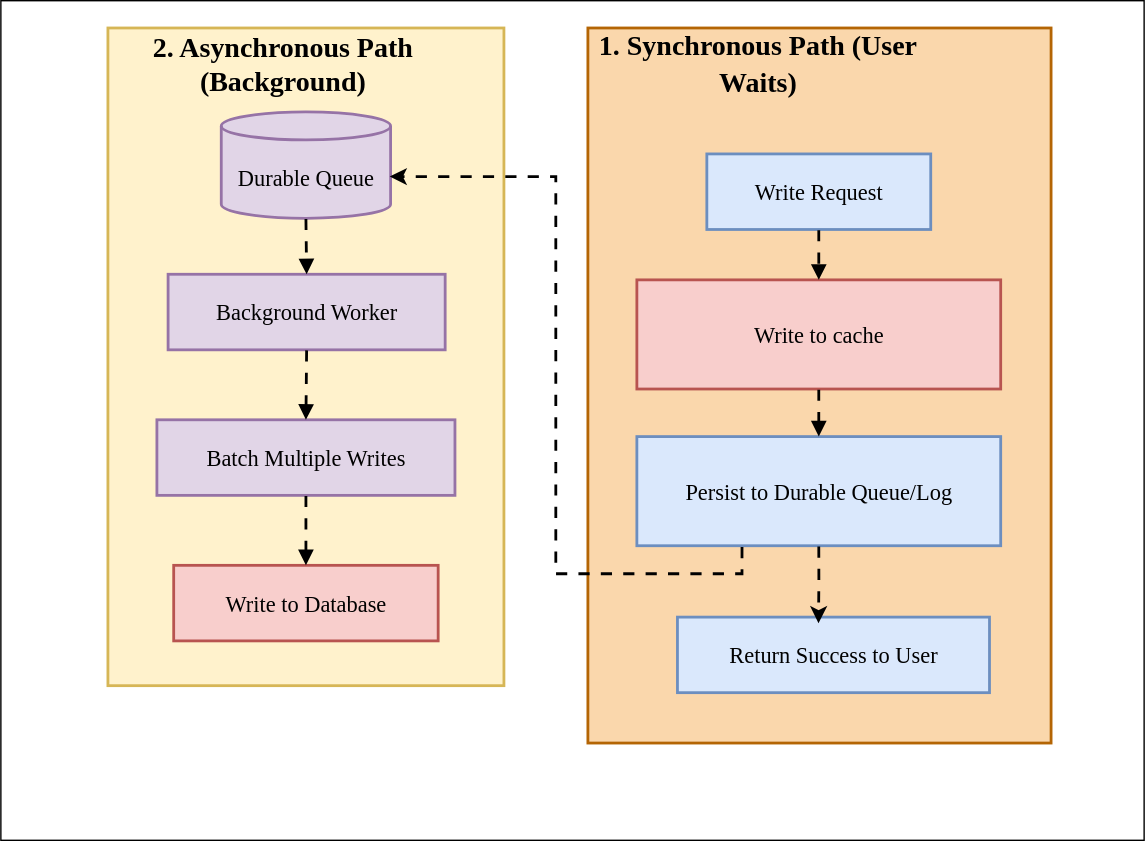
Above: FastAPI-Basics-Lab-assets/Lab-7/images/archi_diagrams/Lab-7_write-behind.drawio.svg in poridhiEng/lab-asset (draw.io), before the change. Source tidied: cells renumbered, new cells last; positions are measured from the earlier drawing's top-left corner, leaving out a move shared by most shapes. Its diagram source:
```xml
<mxGraphModel>
  <root>
    <mxCell id="0" />
    <mxCell id="1" parent="0" />
    <mxCell id="2" style="rounded=0;whiteSpace=wrap;html=1;" parent="1" vertex="1">
      <mxGeometry width="817" height="600" as="geometry" />
    </mxCell>
    <mxCell id="3" style="whiteSpace=wrap;strokeWidth=2;fontFamily=Verdana;fillColor=#fff2cc;strokeColor=#d6b656;" parent="1" vertex="1">
      <mxGeometry x="77" y="20" width="283" height="470" as="geometry" />
    </mxCell>
    <mxCell id="4" style="whiteSpace=wrap;strokeWidth=2;fontSize=16;fontFamily=Verdana;fillColor=#fad7ac;strokeColor=#b46504;" parent="1" vertex="1">
      <mxGeometry x="420" y="20" width="331" height="511" as="geometry" />
    </mxCell>
    <mxCell id="5" value="Write Request" style="whiteSpace=wrap;strokeWidth=2;fontSize=16;fontFamily=Verdana;fillColor=#dae8fc;strokeColor=#6c8ebf;" parent="1" vertex="1">
      <mxGeometry x="505" y="110" width="160" height="54" as="geometry" />
    </mxCell>
    <mxCell id="6" value="Write to cache" style="whiteSpace=wrap;strokeWidth=2;fontSize=16;fontFamily=Verdana;fillColor=#f8cecc;strokeColor=#b85450;" parent="1" vertex="1">
      <mxGeometry x="455" y="200" width="260" height="78" as="geometry" />
    </mxCell>
    <mxCell id="7" value="Persist to Durable Queue/Log" style="whiteSpace=wrap;strokeWidth=2;fontSize=16;fontFamily=Verdana;fillColor=#dae8fc;strokeColor=#6c8ebf;" parent="1" vertex="1">
      <mxGeometry x="455" y="312" width="260" height="78" as="geometry" />
    </mxCell>
    <mxCell id="8" value="Return Success to User" style="whiteSpace=wrap;strokeWidth=2;fontSize=16;fontFamily=Verdana;fillColor=#dae8fc;strokeColor=#6c8ebf;" parent="1" vertex="1">
      <mxGeometry x="484" y="441" width="223" height="54" as="geometry" />
    </mxCell>
    <mxCell id="9" value="Durable Queue" style="shape=cylinder3;boundedLbl=1;backgroundOutline=1;size=10;strokeWidth=2;whiteSpace=wrap;fontSize=16;fontFamily=Verdana;fillColor=#e1d5e7;strokeColor=#9673a6;" parent="1" vertex="1">
      <mxGeometry x="158" y="80" width="121" height="76" as="geometry" />
    </mxCell>
    <mxCell id="10" value="Background Worker" style="whiteSpace=wrap;strokeWidth=2;fontSize=16;fontFamily=Verdana;fillColor=#e1d5e7;strokeColor=#9673a6;" parent="1" vertex="1">
      <mxGeometry x="120" y="196" width="198" height="54" as="geometry" />
    </mxCell>
    <mxCell id="11" value="Write to Database" style="whiteSpace=wrap;strokeWidth=2;fontSize=16;fontFamily=Verdana;fillColor=#f8cecc;strokeColor=#b85450;" parent="1" vertex="1">
      <mxGeometry x="124" y="404" width="189" height="54" as="geometry" />
    </mxCell>
    <mxCell id="12" value="Batch Multiple Writes" style="whiteSpace=wrap;strokeWidth=2;fontSize=16;fontFamily=Verdana;fillColor=#e1d5e7;strokeColor=#9673a6;" parent="1" vertex="1">
      <mxGeometry x="112" y="300" width="213" height="54" as="geometry" />
    </mxCell>
    <mxCell id="13" style="curved=1;startArrow=none;endArrow=block;exitX=0.5;exitY=1;entryX=0.5;entryY=0;rounded=0;fontSize=16;fontFamily=Verdana;flowAnimation=1;strokeWidth=2;" parent="1" edge="1" source="5" target="6">
      <mxGeometry relative="1" as="geometry" />
    </mxCell>
    <mxCell id="14" style="curved=1;startArrow=none;endArrow=block;exitX=0.5;exitY=1;entryX=0.5;entryY=0;rounded=0;fontFamily=Verdana;flowAnimation=1;strokeWidth=2;" parent="1" edge="1" source="6" target="7">
      <mxGeometry relative="1" as="geometry" />
    </mxCell>
    <mxCell id="15" style="curved=1;startArrow=none;endArrow=block;exitX=0.5;exitY=1;entryX=0.5;entryY=0;rounded=0;fontSize=16;fontFamily=Verdana;flowAnimation=1;strokeWidth=2;" parent="1" edge="1" source="9" target="10">
      <mxGeometry relative="1" as="geometry" />
    </mxCell>
    <mxCell id="16" style="curved=1;startArrow=none;endArrow=block;exitX=0.5;exitY=1;entryX=0.5;entryY=0;rounded=0;fontSize=16;fontFamily=Verdana;flowAnimation=1;strokeWidth=2;" parent="1" edge="1" source="10" target="12">
      <mxGeometry relative="1" as="geometry" />
    </mxCell>
    <mxCell id="17" style="curved=1;startArrow=none;endArrow=block;exitX=0.5;exitY=1;entryX=0.5;entryY=0;rounded=0;fontSize=16;fontFamily=Verdana;flowAnimation=1;strokeWidth=2;" parent="1" edge="1" source="12" target="11">
      <mxGeometry relative="1" as="geometry" />
    </mxCell>
    <mxCell id="18" style="edgeStyle=orthogonalEdgeStyle;rounded=0;jettySize=auto;html=1;exitX=0.289;exitY=1.005;exitDx=0;exitDy=0;fontFamily=Verdana;entryX=0.995;entryY=0.608;entryDx=0;entryDy=0;entryPerimeter=0;exitPerimeter=0;flowAnimation=1;strokeWidth=2;" parent="1" edge="1" source="7" target="9">
      <mxGeometry relative="1" as="geometry">
        <Array as="points">
          <mxPoint x="530" y="410" />
          <mxPoint x="397" y="410" />
          <mxPoint x="397" y="126" />
        </Array>
      </mxGeometry>
    </mxCell>
    <mxCell id="19" style="edgeStyle=orthogonalEdgeStyle;rounded=0;jettySize=auto;html=1;exitX=0.5;exitY=1;exitDx=0;exitDy=0;entryX=0.452;entryY=0.081;entryDx=0;entryDy=0;entryPerimeter=0;fontSize=16;fontFamily=Verdana;flowAnimation=1;strokeWidth=2;" parent="1" edge="1" source="7" target="8">
      <mxGeometry relative="1" as="geometry" />
    </mxCell>
    <mxCell id="20" value="&lt;font style=&quot;font-size: 20px;&quot;&gt;&lt;b&gt;2. Asynchronous Path (Background)&lt;/b&gt;&lt;/font&gt;" style="text;html=1;whiteSpace=wrap;strokeColor=none;fillColor=none;align=center;verticalAlign=middle;rounded=0;fontFamily=Verdana;" parent="1" vertex="1">
      <mxGeometry x="67" y="30" width="270" height="30" as="geometry" />
    </mxCell>
    <mxCell id="21" value="&lt;font style=&quot;font-size: 20px;&quot;&gt;1. Synchronous Path (User Waits)&lt;/font&gt;" style="text;html=1;whiteSpace=wrap;strokeColor=none;fillColor=none;align=center;verticalAlign=middle;rounded=0;fontStyle=1;fontFamily=Verdana;fontSize=22;" parent="1" vertex="1">
      <mxGeometry x="406" y="30" width="271" height="30" as="geometry" />
    </mxCell>
  </root>
</mxGraphModel>
```
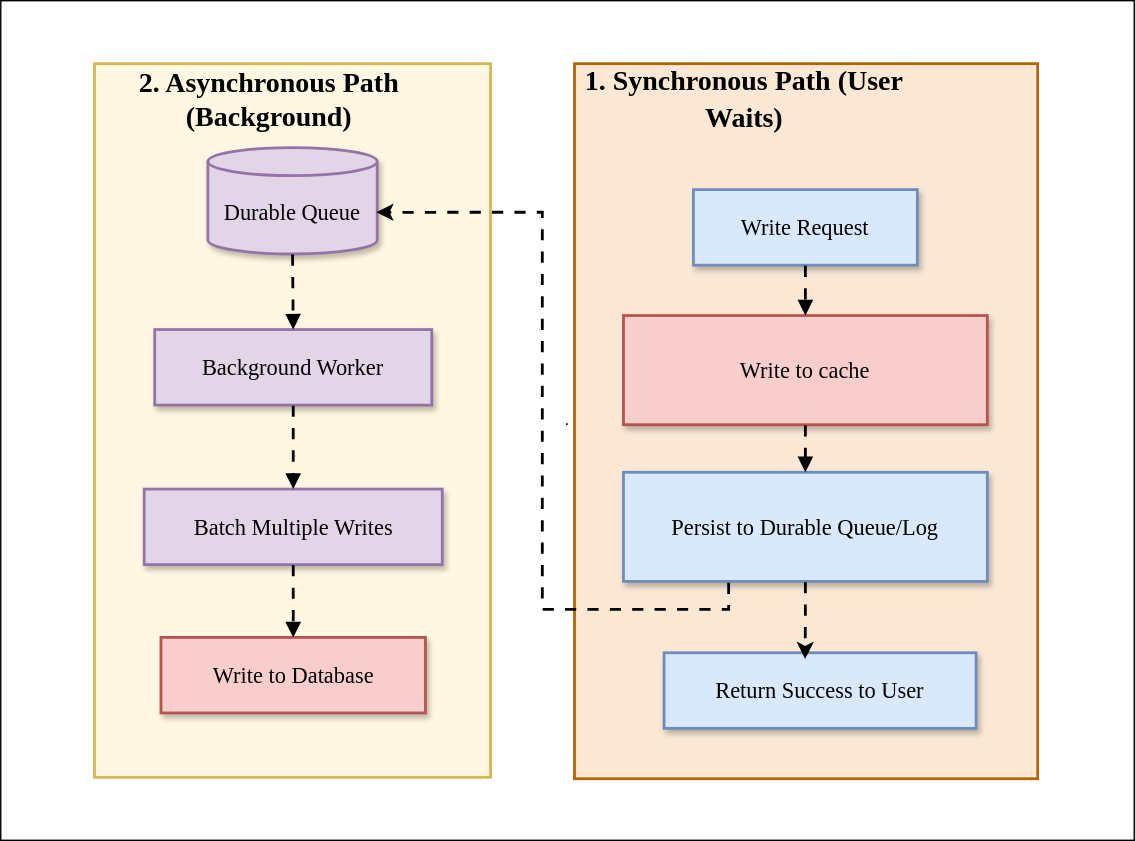
The same file after the commit.

The edit, as a diff of the source:
```diff
@@ -2,38 +2,38 @@
   <root>
     <mxCell id="0" />
     <mxCell id="1" parent="0" />
-    <mxCell id="2" style="rounded=0;whiteSpace=wrap;html=1;" parent="1" vertex="1">
-      <mxGeometry width="817" height="600" as="geometry" />
-    </mxCell>
-    <mxCell id="3" style="whiteSpace=wrap;strokeWidth=2;fontFamily=Verdana;fillColor=#fff2cc;strokeColor=#d6b656;" parent="1" vertex="1">
-      <mxGeometry x="77" y="20" width="283" height="470" as="geometry" />
-    </mxCell>
-    <mxCell id="4" style="whiteSpace=wrap;strokeWidth=2;fontSize=16;fontFamily=Verdana;fillColor=#fad7ac;strokeColor=#b46504;" parent="1" vertex="1">
-      <mxGeometry x="420" y="20" width="331" height="511" as="geometry" />
-    </mxCell>
+    <mxCell id="22" value="." style="rounded=0;whiteSpace=wrap;html=1;" parent="1" vertex="1">
+      <mxGeometry x="10" y="-25" width="810" height="600" as="geometry" />
+    </mxCell>
+    <mxCell id="23" style="whiteSpace=wrap;strokeWidth=2;fontFamily=Verdana;fillColor=#FFF7E1;strokeColor=#d6b656;" parent="1" vertex="1">
+      <mxGeometry x="77" y="20" width="283" height="510" as="geometry" />
+    </mxCell>
+    <mxCell id="24" style="whiteSpace=wrap;strokeWidth=2;fontSize=16;fontFamily=Verdana;fillColor=#FAE8D5;strokeColor=#b46504;" parent="1" vertex="1">
+      <mxGeometry x="420" y="20" width="331" height="511" as="geometry" />
+    </mxCell>
-    <mxCell id="5" value="Write Request" style="whiteSpace=wrap;strokeWidth=2;fontSize=16;fontFamily=Verdana;fillColor=#dae8fc;strokeColor=#6c8ebf;" parent="1" vertex="1">
+    <mxCell id="5" value="Write Request" style="whiteSpace=wrap;strokeWidth=2;fontSize=16;fontFamily=Verdana;fillColor=#dae8fc;strokeColor=#6c8ebf;shadow=1;" parent="1" vertex="1">
       <mxGeometry x="505" y="110" width="160" height="54" as="geometry" />
     </mxCell>
-    <mxCell id="6" value="Write to cache" style="whiteSpace=wrap;strokeWidth=2;fontSize=16;fontFamily=Verdana;fillColor=#f8cecc;strokeColor=#b85450;" parent="1" vertex="1">
+    <mxCell id="6" value="Write to cache" style="whiteSpace=wrap;strokeWidth=2;fontSize=16;fontFamily=Verdana;fillColor=#f8cecc;strokeColor=#b85450;shadow=1;" parent="1" vertex="1">
       <mxGeometry x="455" y="200" width="260" height="78" as="geometry" />
     </mxCell>
-    <mxCell id="7" value="Persist to Durable Queue/Log" style="whiteSpace=wrap;strokeWidth=2;fontSize=16;fontFamily=Verdana;fillColor=#dae8fc;strokeColor=#6c8ebf;" parent="1" vertex="1">
+    <mxCell id="7" value="Persist to Durable Queue/Log" style="whiteSpace=wrap;strokeWidth=2;fontSize=16;fontFamily=Verdana;fillColor=#dae8fc;strokeColor=#6c8ebf;shadow=1;" parent="1" vertex="1">
       <mxGeometry x="455" y="312" width="260" height="78" as="geometry" />
     </mxCell>
-    <mxCell id="8" value="Return Success to User" style="whiteSpace=wrap;strokeWidth=2;fontSize=16;fontFamily=Verdana;fillColor=#dae8fc;strokeColor=#6c8ebf;" parent="1" vertex="1">
+    <mxCell id="8" value="Return Success to User" style="whiteSpace=wrap;strokeWidth=2;fontSize=16;fontFamily=Verdana;fillColor=#dae8fc;strokeColor=#6c8ebf;shadow=1;" parent="1" vertex="1">
       <mxGeometry x="484" y="441" width="223" height="54" as="geometry" />
     </mxCell>
-    <mxCell id="9" value="Durable Queue" style="shape=cylinder3;boundedLbl=1;backgroundOutline=1;size=10;strokeWidth=2;whiteSpace=wrap;fontSize=16;fontFamily=Verdana;fillColor=#e1d5e7;strokeColor=#9673a6;" parent="1" vertex="1">
+    <mxCell id="9" value="Durable Queue" style="shape=cylinder3;boundedLbl=1;backgroundOutline=1;size=10;strokeWidth=2;whiteSpace=wrap;fontSize=16;fontFamily=Verdana;fillColor=#e1d5e7;strokeColor=#9673a6;shadow=1;" parent="1" vertex="1">
       <mxGeometry x="158" y="80" width="121" height="76" as="geometry" />
     </mxCell>
-    <mxCell id="10" value="Background Worker" style="whiteSpace=wrap;strokeWidth=2;fontSize=16;fontFamily=Verdana;fillColor=#e1d5e7;strokeColor=#9673a6;" parent="1" vertex="1">
-      <mxGeometry x="120" y="196" width="198" height="54" as="geometry" />
+    <mxCell id="10" value="Background Worker" style="whiteSpace=wrap;strokeWidth=2;fontSize=16;fontFamily=Verdana;fillColor=#e1d5e7;strokeColor=#9673a6;shadow=1;" parent="1" vertex="1">
+      <mxGeometry x="120" y="210" width="198" height="54" as="geometry" />
     </mxCell>
-    <mxCell id="11" value="Write to Database" style="whiteSpace=wrap;strokeWidth=2;fontSize=16;fontFamily=Verdana;fillColor=#f8cecc;strokeColor=#b85450;" parent="1" vertex="1">
-      <mxGeometry x="124" y="404" width="189" height="54" as="geometry" />
+    <mxCell id="11" value="Write to Database" style="whiteSpace=wrap;strokeWidth=2;fontSize=16;fontFamily=Verdana;fillColor=#f8cecc;strokeColor=#b85450;shadow=1;" parent="1" vertex="1">
+      <mxGeometry x="124.5" y="430" width="189" height="54" as="geometry" />
     </mxCell>
-    <mxCell id="12" value="Batch Multiple Writes" style="whiteSpace=wrap;strokeWidth=2;fontSize=16;fontFamily=Verdana;fillColor=#e1d5e7;strokeColor=#9673a6;" parent="1" vertex="1">
-      <mxGeometry x="112" y="300" width="213" height="54" as="geometry" />
+    <mxCell id="12" value="Batch Multiple Writes" style="whiteSpace=wrap;strokeWidth=2;fontSize=16;fontFamily=Verdana;fillColor=#e1d5e7;strokeColor=#9673a6;shadow=1;" parent="1" vertex="1">
+      <mxGeometry x="112.5" y="324" width="213" height="54" as="geometry" />
     </mxCell>
     <mxCell id="13" style="curved=1;startArrow=none;endArrow=block;exitX=0.5;exitY=1;entryX=0.5;entryY=0;rounded=0;fontSize=16;fontFamily=Verdana;flowAnimation=1;strokeWidth=2;" parent="1" edge="1" source="5" target="6">
       <mxGeometry relative="1" as="geometry" />
```
